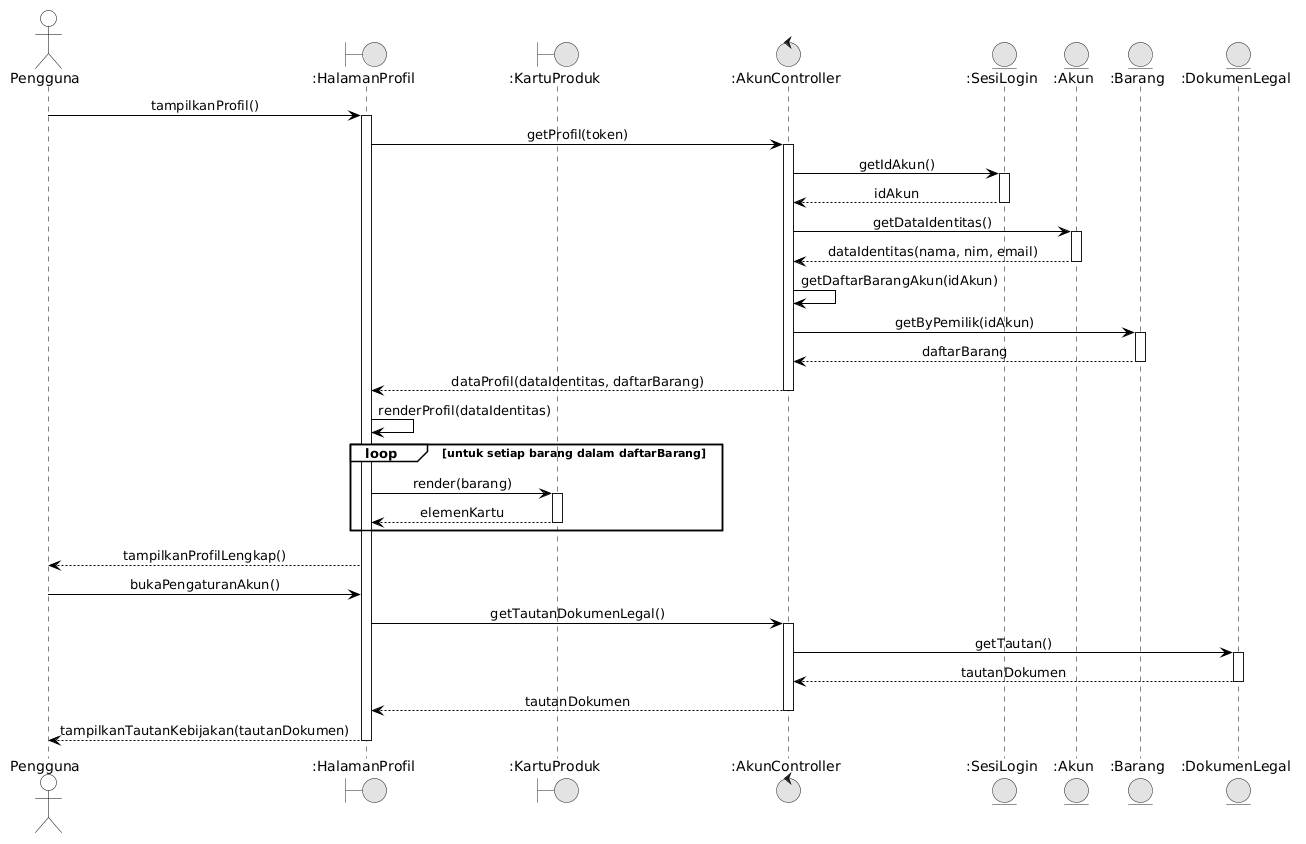
Earlier version of the PlantUML export docs/M7/assets/diagram/Sequence_UC05_Normal.png (ghaniyul/IF2150-RPL-K01-G02). Source of this version:
```plantuml
@startuml
skinparam monochrome true
skinparam shadowing false
skinparam defaultFontName Arial
skinparam sequenceMessageAlign center
skinparam backgroundColor #FFFFFF

skinparam participant {
    BackgroundColor #FFFFFF
    BorderColor #000000
}
skinparam actor {
    BackgroundColor #FFFFFF
    BorderColor #000000
}
skinparam sequence {
    LifeLineBackgroundColor #FFFFFF
    LifeLineBorderColor #000000
    ArrowColor #000000
    ActorBorderColor #000000
    ActorBackgroundColor #FFFFFF
    GroupBorderColor #000000
    GroupBackgroundColor #FFFFFF
}

actor "Pengguna" as User
boundary ":HalamanProfil" as UI
boundary ":KartuProduk" as Kartu
control ":AkunController" as Ctrl
entity ":SesiLogin" as Sesi
entity ":Akun" as Akun
entity ":Barang" as Barang
entity ":DokumenLegal" as Dokumen

User -> UI: tampilkanProfil()
activate UI
UI -> Ctrl: getProfil(token)
activate Ctrl
Ctrl -> Sesi: getIdAkun()
activate Sesi
Sesi --> Ctrl: idAkun
deactivate Sesi

Ctrl -> Akun: getDataIdentitas()
activate Akun
Akun --> Ctrl: dataIdentitas(nama, nim, email)
deactivate Akun

Ctrl -> Ctrl: getDaftarBarangAkun(idAkun)
Ctrl -> Barang: getByPemilik(idAkun)
activate Barang
Barang --> Ctrl: daftarBarang
deactivate Barang

Ctrl --> UI: dataProfil(dataIdentitas, daftarBarang)
deactivate Ctrl

UI -> UI: renderProfil(dataIdentitas)
loop untuk setiap barang dalam daftarBarang
  UI -> Kartu: render(barang)
  activate Kartu
  Kartu --> UI: elemenKartu
  deactivate Kartu
end
UI --> User: tampilkanProfilLengkap()

User -> UI: bukaPengaturanAkun()
UI -> Ctrl: getTautanDokumenLegal()
activate Ctrl
Ctrl -> Dokumen: getTautan()
activate Dokumen
Dokumen --> Ctrl: tautanDokumen
deactivate Dokumen
Ctrl --> UI: tautanDokumen
deactivate Ctrl
UI --> User: tampilkanTautanKebijakan(tautanDokumen)
deactivate UI
@enduml
```
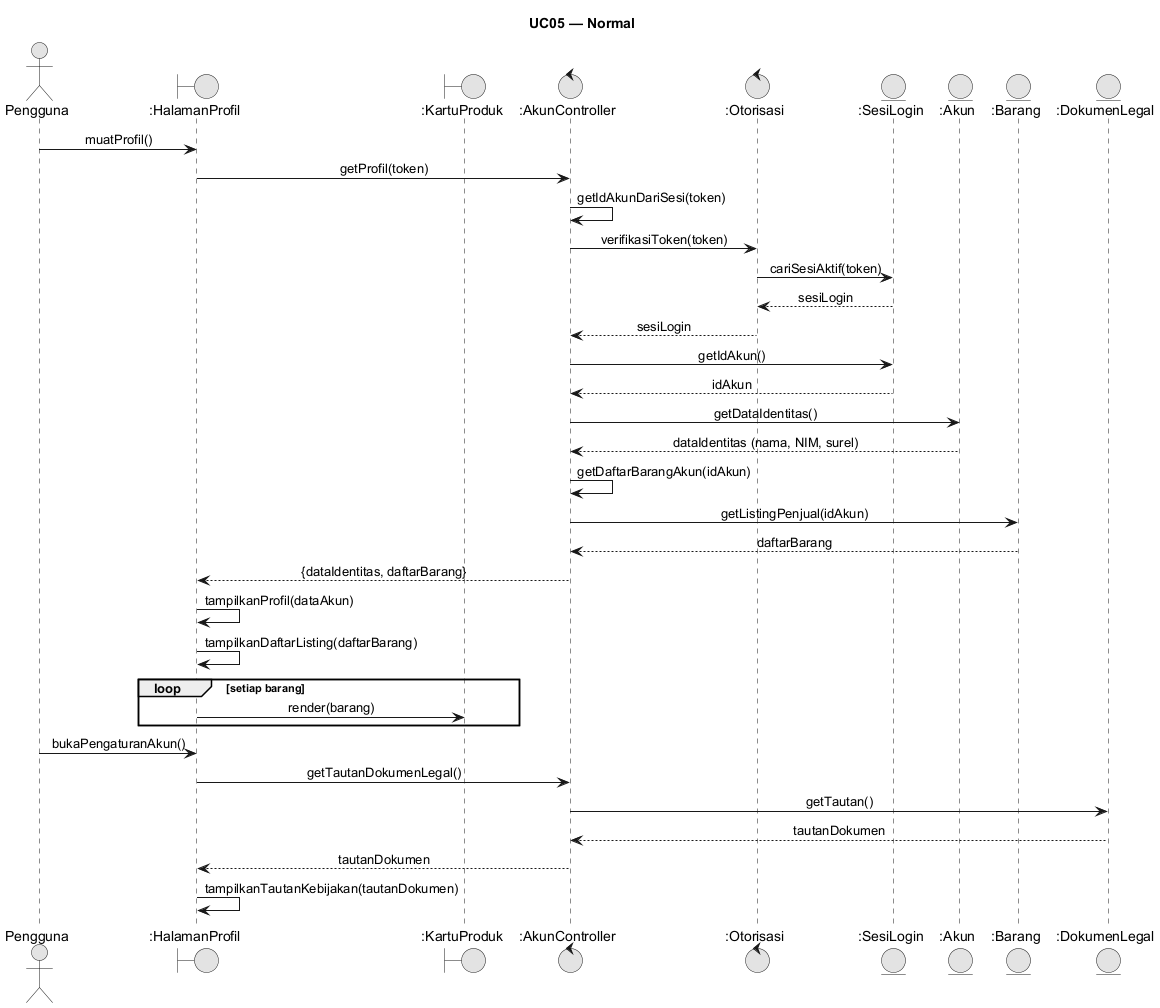
After the commit.

What changed in the source:
```diff
@@ -4,75 +4,42 @@
 skinparam defaultFontName Arial
 skinparam sequenceMessageAlign center
 skinparam backgroundColor #FFFFFF
+skinparam responseMessageBelowArrow true
+title UC05 — Normal
+actor "Pengguna" as User
 
-skinparam participant {
-    BackgroundColor #FFFFFF
-    BorderColor #000000
-}
-skinparam actor {
-    BackgroundColor #FFFFFF
-    BorderColor #000000
-}
-skinparam sequence {
-    LifeLineBackgroundColor #FFFFFF
-    LifeLineBorderColor #000000
-    ArrowColor #000000
-    ActorBorderColor #000000
-    ActorBackgroundColor #FFFFFF
-    GroupBorderColor #000000
-    GroupBackgroundColor #FFFFFF
-}
-
-actor "Pengguna" as User
 boundary ":HalamanProfil" as UI
 boundary ":KartuProduk" as Kartu
-control ":AkunController" as Ctrl
+control ":AkunController" as AC
+control ":Otorisasi" as Oto
 entity ":SesiLogin" as Sesi
 entity ":Akun" as Akun
 entity ":Barang" as Barang
-entity ":DokumenLegal" as Dokumen
-
-User -> UI: tampilkanProfil()
-activate UI
-UI -> Ctrl: getProfil(token)
-activate Ctrl
-Ctrl -> Sesi: getIdAkun()
-activate Sesi
-Sesi --> Ctrl: idAkun
-deactivate Sesi
-
-Ctrl -> Akun: getDataIdentitas()
-activate Akun
-Akun --> Ctrl: dataIdentitas(nama, nim, email)
-deactivate Akun
-
-Ctrl -> Ctrl: getDaftarBarangAkun(idAkun)
-Ctrl -> Barang: getByPemilik(idAkun)
-activate Barang
-Barang --> Ctrl: daftarBarang
-deactivate Barang
-
-Ctrl --> UI: dataProfil(dataIdentitas, daftarBarang)
-deactivate Ctrl
-
-UI -> UI: renderProfil(dataIdentitas)
-loop untuk setiap barang dalam daftarBarang
+entity ":DokumenLegal" as Dok
+User -> UI: muatProfil()
+UI -> AC: getProfil(token)
+AC -> AC: getIdAkunDariSesi(token)
+AC -> Oto: verifikasiToken(token)
+Oto -> Sesi: cariSesiAktif(token)
+Sesi --> Oto: sesiLogin
+Oto --> AC: sesiLogin
+AC -> Sesi: getIdAkun()
+Sesi --> AC: idAkun
+AC -> Akun: getDataIdentitas()
+Akun --> AC: dataIdentitas (nama, NIM, surel)
+AC -> AC: getDaftarBarangAkun(idAkun)
+AC -> Barang: getListingPenjual(idAkun)
+Barang --> AC: daftarBarang
+AC --> UI: {dataIdentitas, daftarBarang}
+UI -> UI: tampilkanProfil(dataAkun)
+UI -> UI: tampilkanDaftarListing(daftarBarang)
+loop setiap barang
   UI -> Kartu: render(barang)
-  activate Kartu
-  Kartu --> UI: elemenKartu
-  deactivate Kartu
 end
-UI --> User: tampilkanProfilLengkap()
-
 User -> UI: bukaPengaturanAkun()
-UI -> Ctrl: getTautanDokumenLegal()
-activate Ctrl
-Ctrl -> Dokumen: getTautan()
-activate Dokumen
-Dokumen --> Ctrl: tautanDokumen
-deactivate Dokumen
-Ctrl --> UI: tautanDokumen
-deactivate Ctrl
-UI --> User: tampilkanTautanKebijakan(tautanDokumen)
-deactivate UI
+UI -> AC: getTautanDokumenLegal()
+AC -> Dok: getTautan()
+Dok --> AC: tautanDokumen
+AC --> UI: tautanDokumen
+UI -> UI: tampilkanTautanKebijakan(tautanDokumen)
 @enduml
```
